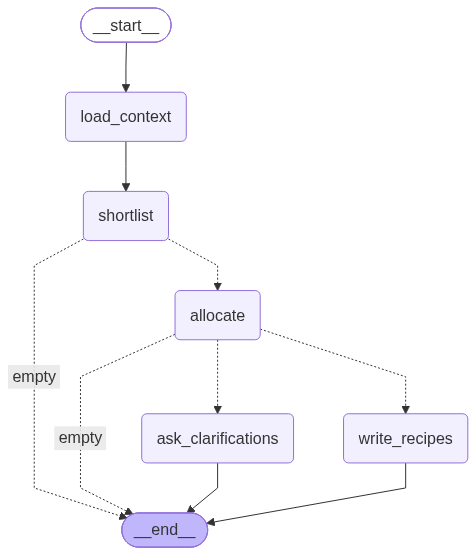
Before: docs/planner_graph.png, a diagram exported from Mermaid (nishantshekhar1/daily-meal). Its source is kept beside it as docs/planner_graph.mmd.
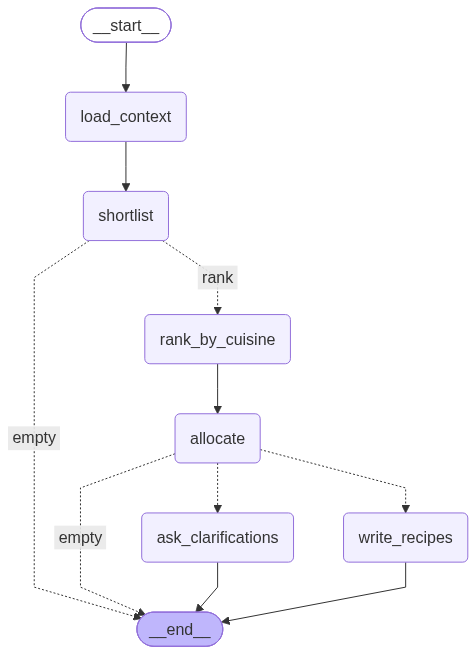
Above is the later version.

What changed in the source:
```diff
@@ -7,6 +7,7 @@
 	__start__([<p>__start__</p>]):::first
 	load_context(load_context)
 	shortlist(shortlist)
+	rank_by_cuisine(rank_by_cuisine)
 	allocate(allocate)
 	ask_clarifications(ask_clarifications)
 	write_recipes(write_recipes)
@@ -16,8 +17,9 @@
 	allocate -.-> ask_clarifications;
 	allocate -.-> write_recipes;
 	load_context --> shortlist;
+	rank_by_cuisine --> allocate;
 	shortlist -. &nbsp;empty&nbsp; .-> __end__;
-	shortlist -.-> allocate;
+	shortlist -. &nbsp;rank&nbsp; .-> rank_by_cuisine;
 	ask_clarifications --> __end__;
 	write_recipes --> __end__;
 	classDef default fill:#f2f0ff,line-height:1.2
```
